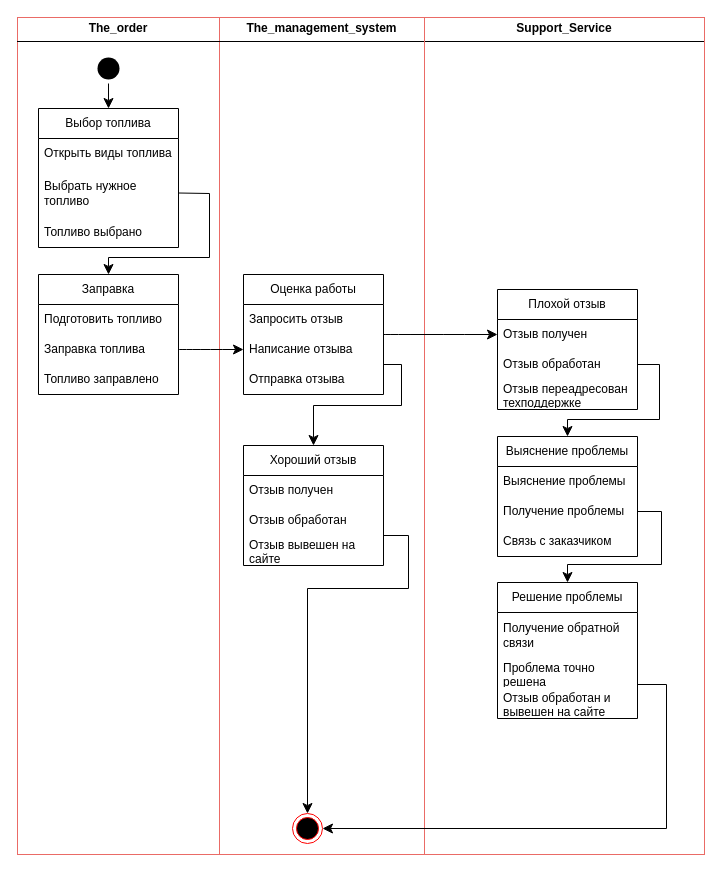
The draw.io diagram page "Page-5" (5 of 5) of 3.drawio in Helpmepleaseitishard/Aikms, before the edit. Source tidied: cells renumbered, new cells numbered last; positions are measured from the earlier drawing's top-left corner, leaving out a move shared by most shapes. Both pictures are drawn from the tidied source at 100%, with x=0, y=0 at pixel (17, 17).
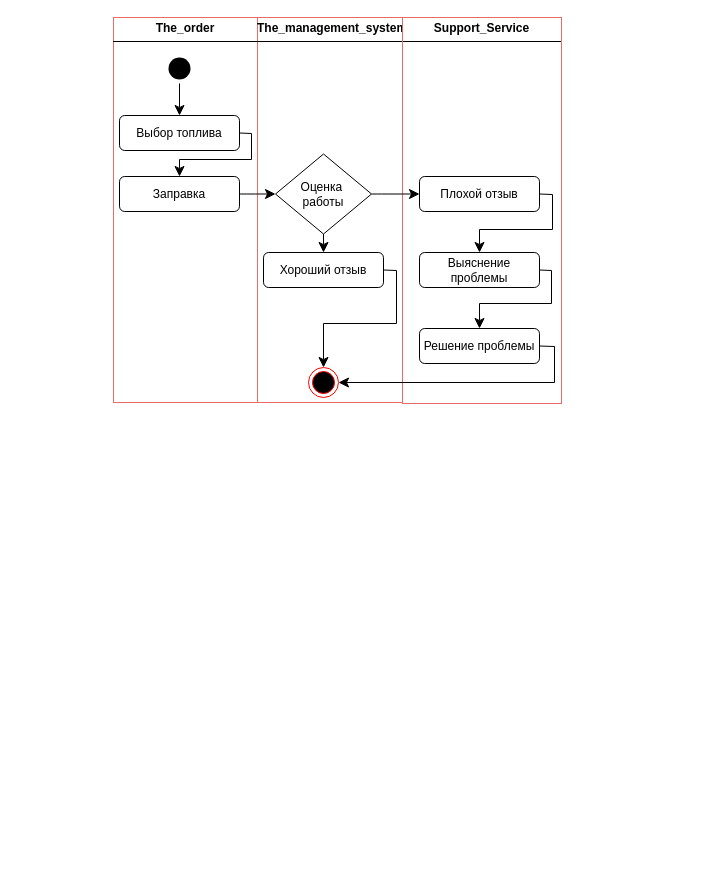
Above is the later version.

Change to the diagram source:
```diff
@@
-    <mxCell id="2" style="group;" parent="1" vertex="1">
-      <mxGeometry width="687" height="837" as="geometry" />
-    </mxCell>
-    <mxCell id="3" value="&lt;p style=&quot;margin:0px;margin-top:4px;text-align:center;&quot;&gt;&lt;b&gt;The_order&lt;/b&gt;&lt;/p&gt;&lt;hr size=&quot;1&quot; style=&quot;border-style:solid;&quot;&gt;&lt;div style=&quot;height:2px;&quot;&gt;&lt;/div&gt;" style="verticalAlign=top;align=left;overflow=fill;html=1;whiteSpace=wrap;strokeColor=#EA6B66;" parent="2" vertex="1">
-      <mxGeometry width="202" height="837" as="geometry" />
+    <mxCell id="3" value="&lt;p style=&quot;margin:0px;margin-top:4px;text-align:center;&quot;&gt;&lt;b&gt;The_order&lt;/b&gt;&lt;/p&gt;&lt;hr size=&quot;1&quot; style=&quot;border-style:solid;&quot;&gt;&lt;div style=&quot;height:2px;&quot;&gt;&lt;/div&gt;" style="verticalAlign=top;align=left;overflow=fill;html=1;whiteSpace=wrap;strokeColor=#EA6B66;" parent="1" vertex="1">
+      <mxGeometry x="96" width="144" height="385" as="geometry" />
     </mxCell>
-    <mxCell id="4" value="&lt;p style=&quot;margin:0px;margin-top:4px;text-align:center;&quot;&gt;&lt;b&gt;Support_Service&lt;/b&gt;&lt;/p&gt;&lt;hr size=&quot;1&quot; style=&quot;border-style:solid;&quot;&gt;&lt;div style=&quot;height:2px;&quot;&gt;&lt;/div&gt;" style="verticalAlign=top;align=left;overflow=fill;html=1;whiteSpace=wrap;strokeColor=#EA6B66;" parent="2" vertex="1">
-      <mxGeometry x="407" width="280" height="837" as="geometry" />
+    <mxCell id="4" value="&lt;p style=&quot;margin:0px;margin-top:4px;text-align:center;&quot;&gt;&lt;b&gt;Support_Service&lt;/b&gt;&lt;/p&gt;&lt;hr size=&quot;1&quot; style=&quot;border-style:solid;&quot;&gt;&lt;div style=&quot;height:2px;&quot;&gt;&lt;/div&gt;" style="verticalAlign=top;align=left;overflow=fill;html=1;whiteSpace=wrap;strokeColor=#EA6B66;" parent="1" vertex="1">
+      <mxGeometry x="385" width="159" height="386" as="geometry" />
     </mxCell>
-    <mxCell id="5" value="&lt;p style=&quot;margin:0px;margin-top:4px;text-align:center;&quot;&gt;&lt;b&gt;The_management_system&lt;/b&gt;&lt;/p&gt;&lt;hr size=&quot;1&quot; style=&quot;border-style:solid;&quot;&gt;&lt;div style=&quot;height:2px;&quot;&gt;&lt;/div&gt;" style="verticalAlign=top;align=left;overflow=fill;html=1;whiteSpace=wrap;strokeColor=#EA6B66;" parent="2" vertex="1">
-      <mxGeometry x="202" width="205" height="837" as="geometry" />
+    <mxCell id="5" value="&lt;p style=&quot;margin:0px;margin-top:4px;text-align:center;&quot;&gt;&lt;b&gt;The_management_system&lt;/b&gt;&lt;/p&gt;&lt;hr size=&quot;1&quot; style=&quot;border-style:solid;&quot;&gt;&lt;div style=&quot;height:2px;&quot;&gt;&lt;/div&gt;" style="verticalAlign=top;align=left;overflow=fill;html=1;whiteSpace=wrap;strokeColor=#EA6B66;" parent="1" vertex="1">
+      <mxGeometry x="240" width="145" height="385" as="geometry" />
     </mxCell>
-    <mxCell id="6" value="Выбор топлива" style="swimlane;fontStyle=0;horizontal=1;startSize=30;whiteSpace=wrap;html=1;" parent="1" vertex="1">
-      <mxGeometry x="21" y="91" width="140" height="139" as="geometry" />
-    </mxCell>
-    <mxCell id="7" value="Открыть виды топлива" style="text;strokeColor=none;fillColor=none;align=left;verticalAlign=middle;spacingLeft=4;spacingRight=4;overflow=hidden;whiteSpace=wrap;html=1;" parent="6" vertex="1">
-      <mxGeometry y="30" width="140" height="30" as="geometry" />
-    </mxCell>
-    <mxCell id="8" value="Выбрать нужное топливо" style="text;strokeColor=none;fillColor=none;align=left;verticalAlign=middle;spacingLeft=4;spacingRight=4;overflow=hidden;points=[[0,0.5],[1,0.5]];portConstraint=eastwest;whiteSpace=wrap;html=1;" parent="6" vertex="1">
-      <mxGeometry y="60" width="140" height="49" as="geometry" />
-    </mxCell>
-    <mxCell id="9" value="Топливо выбрано" style="text;strokeColor=none;fillColor=none;align=left;verticalAlign=middle;spacingLeft=4;spacingRight=4;overflow=hidden;whiteSpace=wrap;html=1;" parent="6" vertex="1">
-      <mxGeometry y="109" width="140" height="30" as="geometry" />
-    </mxCell>
-    <mxCell id="10" value="Заправка" style="swimlane;fontStyle=0;horizontal=1;startSize=30;whiteSpace=wrap;html=1;" parent="1" vertex="1">
-      <mxGeometry x="21" y="257" width="140" height="120" as="geometry" />
-    </mxCell>
-    <mxCell id="11" value="Подготовить топливо" style="text;strokeColor=none;fillColor=none;align=left;verticalAlign=middle;spacingLeft=4;spacingRight=4;overflow=hidden;whiteSpace=wrap;html=1;" parent="10" vertex="1">
-      <mxGeometry y="30" width="140" height="30" as="geometry" />
-    </mxCell>
-    <mxCell id="12" value="Заправка топлива" style="text;strokeColor=none;fillColor=none;align=left;verticalAlign=middle;spacingLeft=4;spacingRight=4;overflow=hidden;points=[[0,0.5],[1,0.5]];portConstraint=eastwest;whiteSpace=wrap;html=1;" parent="10" vertex="1">
-      <mxGeometry y="60" width="140" height="30" as="geometry" />
-    </mxCell>
-    <mxCell id="13" value="Топливо заправлено" style="text;strokeColor=none;fillColor=none;align=left;verticalAlign=middle;spacingLeft=4;spacingRight=4;overflow=hidden;whiteSpace=wrap;html=1;" parent="10" vertex="1">
-      <mxGeometry y="90" width="140" height="30" as="geometry" />
-    </mxCell>
-    <mxCell id="14" style="edgeStyle=none;curved=0;rounded=0;jettySize=auto;html=1;exitX=1;exitY=0.75;exitDx=0;exitDy=0;entryX=0.5;entryY=0;entryDx=0;entryDy=0;fontSize=12;startSize=8;endSize=8;" parent="1" edge="1" source="16" target="36">
-      <mxGeometry relative="1" as="geometry">
-        <Array as="points">
-          <mxPoint x="384" y="347" />
-          <mxPoint x="384" y="388" />
-          <mxPoint x="296" y="388" />
-        </Array>
-      </mxGeometry>
+    <mxCell id="14" style="edgeStyle=none;curved=0;rounded=0;jettySize=auto;html=1;exitX=0.5;exitY=1;exitDx=0;exitDy=0;entryX=0.5;entryY=0;entryDx=0;entryDy=0;fontSize=12;startSize=8;endSize=8;" parent="1" edge="1" source="16" target="36">
+      <mxGeometry relative="1" as="geometry" />
     </mxCell>
-    <mxCell id="15" style="edgeStyle=none;curved=1;rounded=0;jettySize=auto;html=1;exitX=1;exitY=0.5;exitDx=0;exitDy=0;entryX=0;entryY=0.5;entryDx=0;entryDy=0;fontSize=12;startSize=8;endSize=8;" parent="1" edge="1" source="16" target="21">
+    <mxCell id="15" style="edgeStyle=none;curved=1;rounded=0;jettySize=auto;html=1;exitX=1;exitY=0.5;exitDx=0;exitDy=0;entryX=0;entryY=0.5;entryDx=0;entryDy=0;fontSize=12;startSize=8;endSize=8;" parent="1" edge="1" source="16" target="20">
       <mxGeometry relative="1" as="geometry" />
     </mxCell>
-    <mxCell id="16" value="Оценка работы" style="swimlane;fontStyle=0;horizontal=1;startSize=30;whiteSpace=wrap;html=1;" parent="1" vertex="1">
-      <mxGeometry x="226" y="257" width="140" height="120" as="geometry" />
-    </mxCell>
-    <mxCell id="17" value="Запросить отзыв" style="text;strokeColor=none;fillColor=none;align=left;verticalAlign=middle;spacingLeft=4;spacingRight=4;overflow=hidden;whiteSpace=wrap;html=1;" parent="16" vertex="1">
-      <mxGeometry y="30" width="140" height="30" as="geometry" />
-    </mxCell>
-    <mxCell id="18" value="Написание отзыва" style="text;strokeColor=none;fillColor=none;align=left;verticalAlign=middle;spacingLeft=4;spacingRight=4;overflow=hidden;points=[[0,0.5],[1,0.5]];portConstraint=eastwest;whiteSpace=wrap;html=1;" parent="16" vertex="1">
-      <mxGeometry y="60" width="140" height="30" as="geometry" />
-    </mxCell>
-    <mxCell id="19" value="Отправка отзыва" style="text;strokeColor=none;fillColor=none;align=left;verticalAlign=middle;spacingLeft=4;spacingRight=4;overflow=hidden;whiteSpace=wrap;html=1;" parent="16" vertex="1">
-      <mxGeometry y="90" width="140" height="30" as="geometry" />
-    </mxCell>
-    <mxCell id="20" value="Плохой отзыв" style="swimlane;fontStyle=0;horizontal=1;startSize=30;whiteSpace=wrap;html=1;" parent="1" vertex="1">
-      <mxGeometry x="480" y="272" width="140" height="120" as="geometry" />
-    </mxCell>
-    <mxCell id="21" value="Отзыв получен" style="text;strokeColor=none;fillColor=none;align=left;verticalAlign=middle;spacingLeft=4;spacingRight=4;overflow=hidden;points=[[0,0.5],[1,0.5]];portConstraint=eastwest;whiteSpace=wrap;html=1;" parent="20" vertex="1">
-      <mxGeometry y="30" width="140" height="30" as="geometry" />
-    </mxCell>
-    <mxCell id="22" value="Отзыв обработан" style="text;strokeColor=none;fillColor=none;align=left;verticalAlign=middle;spacingLeft=4;spacingRight=4;overflow=hidden;points=[[0,0.5],[1,0.5]];portConstraint=eastwest;whiteSpace=wrap;html=1;" parent="20" vertex="1">
-      <mxGeometry y="60" width="140" height="30" as="geometry" />
-    </mxCell>
-    <mxCell id="23" value="Отзыв переадресован техподдержке" style="text;strokeColor=none;fillColor=none;align=left;verticalAlign=middle;spacingLeft=4;spacingRight=4;overflow=hidden;whiteSpace=wrap;html=1;" parent="20" vertex="1">
-      <mxGeometry y="90" width="140" height="30" as="geometry" />
-    </mxCell>
-    <mxCell id="24" value="Выяснение проблемы" style="swimlane;fontStyle=0;horizontal=1;startSize=30;whiteSpace=wrap;html=1;" parent="1" vertex="1">
-      <mxGeometry x="480" y="419" width="140" height="120" as="geometry" />
-    </mxCell>
-    <mxCell id="25" value="Выяснение проблемы" style="text;strokeColor=none;fillColor=none;align=left;verticalAlign=middle;spacingLeft=4;spacingRight=4;overflow=hidden;whiteSpace=wrap;html=1;" parent="24" vertex="1">
-      <mxGeometry y="30" width="140" height="30" as="geometry" />
-    </mxCell>
-    <mxCell id="26" value="Получение проблемы" style="text;strokeColor=none;fillColor=none;align=left;verticalAlign=middle;spacingLeft=4;spacingRight=4;overflow=hidden;points=[[0,0.5],[1,0.5]];portConstraint=eastwest;whiteSpace=wrap;html=1;" parent="24" vertex="1">
-      <mxGeometry y="60" width="140" height="30" as="geometry" />
-    </mxCell>
-    <mxCell id="27" value="Связь с заказчиком" style="text;strokeColor=none;fillColor=none;align=left;verticalAlign=middle;spacingLeft=4;spacingRight=4;overflow=hidden;whiteSpace=wrap;html=1;" parent="24" vertex="1">
-      <mxGeometry y="90" width="140" height="30" as="geometry" />
-    </mxCell>
-    <mxCell id="28" style="edgeStyle=none;curved=0;rounded=0;jettySize=auto;html=1;exitX=1;exitY=0.75;exitDx=0;exitDy=0;entryX=1;entryY=0.5;entryDx=0;entryDy=0;fontSize=12;startSize=8;endSize=8;" parent="1" edge="1" source="29" target="43">
+    <mxCell id="28" style="edgeStyle=none;curved=0;rounded=0;jettySize=auto;html=1;exitX=1;exitY=0.5;exitDx=0;exitDy=0;entryX=1;entryY=0.5;entryDx=0;entryDy=0;fontSize=12;startSize=8;endSize=8;" parent="1" edge="1" source="29" target="43">
       <mxGeometry relative="1" as="geometry">
         <Array as="points">
-          <mxPoint x="649" y="667" />
-          <mxPoint x="649" y="811" />
+          <mxPoint x="537" y="329" />
+          <mxPoint x="537" y="365" />
         </Array>
       </mxGeometry>
     </mxCell>
-    <mxCell id="29" value="Решение проблемы" style="swimlane;fontStyle=0;horizontal=1;startSize=30;whiteSpace=wrap;html=1;" parent="1" vertex="1">
-      <mxGeometry x="480" y="565" width="140" height="136" as="geometry" />
-    </mxCell>
-    <mxCell id="30" value="Получение обратной связи" style="text;strokeColor=none;fillColor=none;align=left;verticalAlign=middle;spacingLeft=4;spacingRight=4;overflow=hidden;whiteSpace=wrap;html=1;" parent="29" vertex="1">
-      <mxGeometry y="30" width="140" height="46" as="geometry" />
-    </mxCell>
-    <mxCell id="31" value="Проблема точно решена" style="text;strokeColor=none;fillColor=none;align=left;verticalAlign=middle;spacingLeft=4;spacingRight=4;overflow=hidden;whiteSpace=wrap;html=1;" parent="29" vertex="1">
-      <mxGeometry y="76" width="140" height="30" as="geometry" />
-    </mxCell>
-    <mxCell id="32" value="Отзыв обработан и вывешен на сайте" style="text;strokeColor=none;fillColor=none;align=left;verticalAlign=middle;spacingLeft=4;spacingRight=4;overflow=hidden;whiteSpace=wrap;html=1;" parent="29" vertex="1">
-      <mxGeometry y="106" width="140" height="30" as="geometry" />
-    </mxCell>
@@
     <mxCell id="34" style="ellipse;html=1;shape=endState;fillColor=#000000;strokeColor=none;" parent="1" vertex="1">
-      <mxGeometry x="76" y="36" width="30" height="30" as="geometry" />
+      <mxGeometry x="147" y="36" width="30" height="30" as="geometry" />
     </mxCell>
-    <mxCell id="35" style="edgeStyle=none;curved=0;rounded=0;jettySize=auto;html=1;exitX=1;exitY=0.75;exitDx=0;exitDy=0;entryX=0.5;entryY=0;entryDx=0;entryDy=0;fontSize=12;startSize=8;endSize=8;" parent="1" edge="1" source="36" target="43">
+    <mxCell id="35" style="edgeStyle=none;curved=0;rounded=0;jettySize=auto;html=1;exitX=1;exitY=0.5;exitDx=0;exitDy=0;entryX=0.5;entryY=0;entryDx=0;entryDy=0;fontSize=12;startSize=8;endSize=8;" parent="1" edge="1" source="36" target="43">
       <mxGeometry relative="1" as="geometry">
         <Array as="points">
-          <mxPoint x="391" y="518" />
-          <mxPoint x="391" y="571" />
-          <mxPoint x="290" y="571" />
+          <mxPoint x="379" y="253" />
+          <mxPoint x="379" y="306" />
+          <mxPoint x="306" y="306" />
         </Array>
       </mxGeometry>
     </mxCell>
-    <mxCell id="36" value="Хороший отзыв" style="swimlane;fontStyle=0;horizontal=1;startSize=30;whiteSpace=wrap;html=1;" parent="1" vertex="1">
-      <mxGeometry x="226" y="428" width="140" height="120" as="geometry" />
-    </mxCell>
-    <mxCell id="37" value="Отзыв получен" style="text;strokeColor=none;fillColor=none;align=left;verticalAlign=middle;spacingLeft=4;spacingRight=4;overflow=hidden;whiteSpace=wrap;html=1;" parent="36" vertex="1">
-      <mxGeometry y="30" width="140" height="30" as="geometry" />
-    </mxCell>
-    <mxCell id="38" value="Отзыв обработан" style="text;strokeColor=none;fillColor=none;align=left;verticalAlign=middle;spacingLeft=4;spacingRight=4;overflow=hidden;whiteSpace=wrap;html=1;" parent="36" vertex="1">
-      <mxGeometry y="60" width="140" height="30" as="geometry" />
-    </mxCell>
-    <mxCell id="39" value="Отзыв вывешен на сайте" style="text;strokeColor=none;fillColor=none;align=left;verticalAlign=middle;spacingLeft=4;spacingRight=4;overflow=hidden;whiteSpace=wrap;html=1;" parent="36" vertex="1">
-      <mxGeometry y="90" width="140" height="30" as="geometry" />
-    </mxCell>
-    <mxCell id="40" style="edgeStyle=none;curved=0;rounded=0;jettySize=auto;html=1;exitX=1;exitY=0.5;exitDx=0;exitDy=0;entryX=0.5;entryY=0;entryDx=0;entryDy=0;fontSize=12;startSize=8;endSize=8;" parent="1" edge="1" source="8" target="10">
+    <mxCell id="40" style="edgeStyle=none;curved=0;rounded=0;jettySize=auto;html=1;exitX=1;exitY=0.5;exitDx=0;exitDy=0;entryX=0.5;entryY=0;entryDx=0;entryDy=0;fontSize=12;startSize=8;endSize=8;" parent="1" edge="1" source="6" target="10">
       <mxGeometry relative="1" as="geometry">
         <Array as="points">
-          <mxPoint x="192" y="176" />
-          <mxPoint x="192" y="240" />
-          <mxPoint x="91" y="240" />
+          <mxPoint x="234" y="116" />
+          <mxPoint x="234" y="142" />
+          <mxPoint x="162" y="142" />
         </Array>
       </mxGeometry>
     </mxCell>
-    <mxCell id="41" style="edgeStyle=none;curved=0;rounded=0;jettySize=auto;html=1;exitX=1;exitY=0.5;exitDx=0;exitDy=0;entryX=0.5;entryY=0;entryDx=0;entryDy=0;fontSize=12;startSize=8;endSize=8;" parent="1" edge="1" source="22" target="24">
+    <mxCell id="41" style="edgeStyle=none;curved=0;rounded=0;jettySize=auto;html=1;exitX=1;exitY=0.5;exitDx=0;exitDy=0;entryX=0.5;entryY=0;entryDx=0;entryDy=0;fontSize=12;startSize=8;endSize=8;" parent="1" edge="1" source="20" target="45">
       <mxGeometry relative="1" as="geometry">
         <Array as="points">
-          <mxPoint x="642" y="347" />
-          <mxPoint x="642" y="402" />
-          <mxPoint x="550" y="402" />
+          <mxPoint x="535" y="177" />
+          <mxPoint x="535" y="212" />
+          <mxPoint x="462" y="212" />
         </Array>
       </mxGeometry>
     </mxCell>
-    <mxCell id="42" style="edgeStyle=none;curved=0;rounded=0;jettySize=auto;html=1;exitX=1;exitY=0.5;exitDx=0;exitDy=0;entryX=0.5;entryY=0;entryDx=0;entryDy=0;fontSize=12;startSize=8;endSize=8;" parent="1" edge="1" source="26" target="29">
+    <mxCell id="42" style="edgeStyle=none;curved=0;rounded=0;jettySize=auto;html=1;exitX=1;exitY=0.5;exitDx=0;exitDy=0;entryX=0.5;entryY=0;entryDx=0;entryDy=0;fontSize=12;startSize=8;endSize=8;" parent="1" edge="1" source="45" target="29">
       <mxGeometry relative="1" as="geometry">
         <Array as="points">
-          <mxPoint x="644" y="494" />
-          <mxPoint x="644" y="547" />
-          <mxPoint x="550" y="547" />
+          <mxPoint x="534" y="253" />
+          <mxPoint x="534" y="286" />
+          <mxPoint x="462" y="286" />
         </Array>
       </mxGeometry>
     </mxCell>
     <mxCell id="43" style="ellipse;html=1;shape=endState;fillColor=#000000;strokeColor=#ff0000;" parent="1" vertex="1">
-      <mxGeometry x="275" y="796" width="30" height="30" as="geometry" />
+      <mxGeometry x="291" y="350" width="30" height="30" as="geometry" />
     </mxCell>
-    <mxCell id="44" style="edgeStyle=none;curved=1;rounded=0;jettySize=auto;html=1;exitX=1;exitY=0.5;exitDx=0;exitDy=0;entryX=0;entryY=0.5;entryDx=0;entryDy=0;fontSize=12;startSize=8;endSize=8;" parent="1" edge="1" source="12" target="18">
+    <mxCell id="44" style="edgeStyle=none;curved=1;rounded=0;jettySize=auto;html=1;exitX=1;exitY=0.5;exitDx=0;exitDy=0;entryX=0;entryY=0.5;entryDx=0;entryDy=0;fontSize=12;startSize=8;endSize=8;" parent="1" edge="1" source="10" target="16">
       <mxGeometry relative="1" as="geometry" />
     </mxCell>
+    <mxCell id="16" value="&lt;div&gt;Оценка&amp;nbsp;&lt;/div&gt;&lt;div&gt;работы&lt;/div&gt;" style="rhombus;whiteSpace=wrap;html=1;" parent="1" vertex="1">
+      <mxGeometry x="258" y="136.5" width="96" height="80" as="geometry" />
+    </mxCell>
+    <mxCell id="6" value="Выбор топлива" style="rounded=1;whiteSpace=wrap;html=1;" parent="1" vertex="1">
+      <mxGeometry x="102" y="98" width="120" height="35" as="geometry" />
+    </mxCell>
+    <mxCell id="10" value="Заправка" style="rounded=1;whiteSpace=wrap;html=1;" parent="1" vertex="1">
+      <mxGeometry x="102" y="159" width="120" height="35" as="geometry" />
+    </mxCell>
+    <mxCell id="36" value="Хороший отзыв" style="rounded=1;whiteSpace=wrap;html=1;" parent="1" vertex="1">
+      <mxGeometry x="246" y="235" width="120" height="35" as="geometry" />
+    </mxCell>
+    <mxCell id="20" value="Плохой отзыв" style="rounded=1;whiteSpace=wrap;html=1;" parent="1" vertex="1">
+      <mxGeometry x="402" y="159" width="120" height="35" as="geometry" />
+    </mxCell>
+    <mxCell id="45" value="Выяснение проблемы" style="rounded=1;whiteSpace=wrap;html=1;" parent="1" vertex="1">
+      <mxGeometry x="402" y="235" width="120" height="35" as="geometry" />
+    </mxCell>
+    <mxCell id="29" value="Решение проблемы" style="rounded=1;whiteSpace=wrap;html=1;" parent="1" vertex="1">
+      <mxGeometry x="402" y="311" width="120" height="35" as="geometry" />
+    </mxCell>
```
